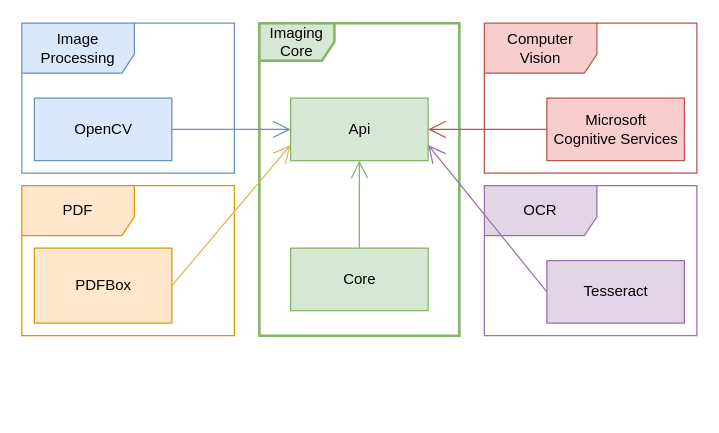
Above: src/site/resources/documentation/imaging_structure.drawio in FHOOEAIST/imaging (draw.io), before the change. Source tidied: cells renumbered, new cells numbered last; positions are measured from the earlier drawing's top-left corner, leaving out a move shared by most shapes. Both pictures are drawn from the tidied source at 125%, with x=0, y=0 at pixel (21, 22).
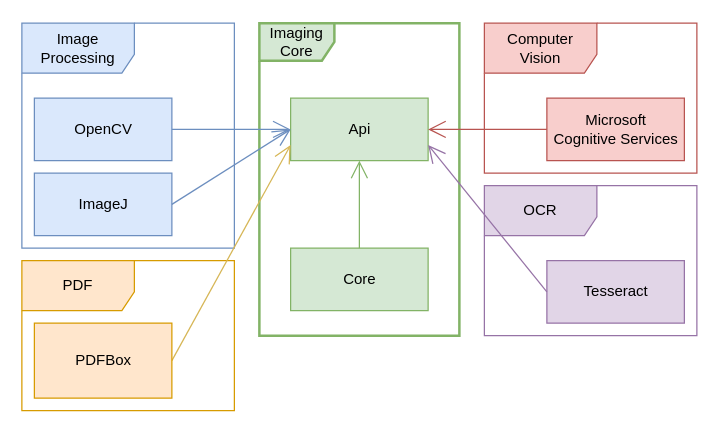
Above is the later version.

Commit message (it also covers changes not shown here):
#6 Updated readme related to new ImageWrapper implementations for ImageJ

Change to the diagram source:
```diff
@@
 <mxGraphModel>
   <root>
     <mxCell id="0" />
     <mxCell id="1" parent="0" />
     <mxCell id="2" value="Computer Vision" style="shape=umlFrame;whiteSpace=wrap;html=1;width=90;height=40;fillColor=#f8cecc;strokeColor=#b85450;" parent="1" vertex="1">
       <mxGeometry x="370" width="170" height="120" as="geometry" />
     </mxCell>
     <mxCell id="3" value="Image Processing" style="shape=umlFrame;whiteSpace=wrap;html=1;width=90;height=40;fillColor=#dae8fc;strokeColor=#6c8ebf;" parent="1" vertex="1">
-      <mxGeometry width="170" height="120" as="geometry" />
+      <mxGeometry width="170" height="180" as="geometry" />
     </mxCell>
     <mxCell id="4" value="Imaging Core" style="shape=umlFrame;whiteSpace=wrap;html=1;strokeWidth=2;fillColor=#d5e8d4;strokeColor=#82b366;" parent="1" vertex="1">
       <mxGeometry x="190" width="160" height="250" as="geometry" />
     </mxCell>
     <mxCell id="5" value="PDF" style="shape=umlFrame;whiteSpace=wrap;html=1;width=90;height=40;fillColor=#ffe6cc;strokeColor=#d79b00;" parent="1" vertex="1">
-      <mxGeometry y="130" width="170" height="120" as="geometry" />
+      <mxGeometry y="190" width="170" height="120" as="geometry" />
     </mxCell>
     <mxCell id="6" value="OCR" style="shape=umlFrame;whiteSpace=wrap;html=1;width=90;height=40;fillColor=#e1d5e7;strokeColor=#9673a6;" parent="1" vertex="1">
       <mxGeometry x="370" y="130" width="170" height="120" as="geometry" />
     </mxCell>
     <mxCell id="7" value="Api" style="html=1;fillColor=#d5e8d4;strokeColor=#82b366;" parent="1" vertex="1">
       <mxGeometry x="215" y="60" width="110" height="50" as="geometry" />
     </mxCell>
     <mxCell id="8" value="Core" style="html=1;fillColor=#d5e8d4;strokeColor=#82b366;" parent="1" vertex="1">
       <mxGeometry x="215" y="180" width="110" height="50" as="geometry" />
     </mxCell>
     <mxCell id="9" value="OpenCV" style="html=1;fillColor=#dae8fc;strokeColor=#6c8ebf;" parent="1" vertex="1">
       <mxGeometry x="10" y="60" width="110" height="50" as="geometry" />
     </mxCell>
     <mxCell id="10" style="rounded=0;jettySize=auto;html=1;exitX=1;exitY=0.5;exitDx=0;exitDy=0;entryX=0;entryY=0.75;entryDx=0;entryDy=0;fillColor=#fff2cc;strokeColor=#d6b656;endArrow=open;endFill=0;endSize=12;" parent="1" edge="1" source="11" target="7">
       <mxGeometry relative="1" as="geometry" />
     </mxCell>
     <mxCell id="11" value="PDFBox" style="html=1;fillColor=#ffe6cc;strokeColor=#d79b00;" parent="1" vertex="1">
-      <mxGeometry x="10" y="180" width="110" height="60" as="geometry" />
+      <mxGeometry x="10" y="240" width="110" height="60" as="geometry" />
     </mxCell>
     <mxCell id="12" value="Tesseract&lt;br&gt;" style="html=1;fillColor=#e1d5e7;strokeColor=#9673a6;" parent="1" vertex="1">
       <mxGeometry x="420" y="190" width="110" height="50" as="geometry" />
     </mxCell>
     <mxCell id="13" value="Microsoft&lt;br&gt;Cognitive Services&lt;br&gt;" style="html=1;fillColor=#f8cecc;strokeColor=#b85450;" parent="1" vertex="1">
       <mxGeometry x="420" y="60" width="110" height="50" as="geometry" />
     </mxCell>
     <mxCell id="14" style="endArrow=open;endFill=1;endSize=12;html=1;fillColor=#d5e8d4;strokeColor=#82b366;" parent="1" edge="1" source="8" target="7">
       <mxGeometry relative="1" as="geometry" />
     </mxCell>
     <mxCell id="15" style="endArrow=open;endFill=1;endSize=12;html=1;fillColor=#dae8fc;strokeColor=#6c8ebf;entryX=0;entryY=0.5;entryDx=0;entryDy=0;" parent="1" edge="1" source="9" target="7">
       <mxGeometry relative="1" as="geometry" />
     </mxCell>
     <mxCell id="16" style="endArrow=open;endFill=1;endSize=12;html=1;fillColor=#e1d5e7;strokeColor=#9673a6;entryX=1;entryY=0.75;entryDx=0;entryDy=0;exitX=0;exitY=0.5;exitDx=0;exitDy=0;" parent="1" edge="1" source="12" target="7">
       <mxGeometry relative="1" as="geometry" />
     </mxCell>
     <mxCell id="17" style="endArrow=open;endFill=1;endSize=12;html=1;fillColor=#f8cecc;strokeColor=#b85450;entryX=1;entryY=0.5;entryDx=0;entryDy=0;" parent="1" edge="1" source="13" target="7">
       <mxGeometry relative="1" as="geometry" />
     </mxCell>
+    <mxCell id="18" value="ImageJ" style="html=1;fillColor=#dae8fc;strokeColor=#6c8ebf;" parent="1" vertex="1">
+      <mxGeometry x="10" y="120" width="110" height="50" as="geometry" />
+    </mxCell>
+    <mxCell id="19" style="endArrow=open;endFill=1;endSize=12;html=1;fillColor=#dae8fc;strokeColor=#6c8ebf;entryX=0;entryY=0.5;entryDx=0;entryDy=0;exitX=1;exitY=0.5;exitDx=0;exitDy=0;" parent="1" edge="1" source="18" target="7">
+      <mxGeometry relative="1" as="geometry" />
+    </mxCell>
   </root>
 </mxGraphModel>
```
